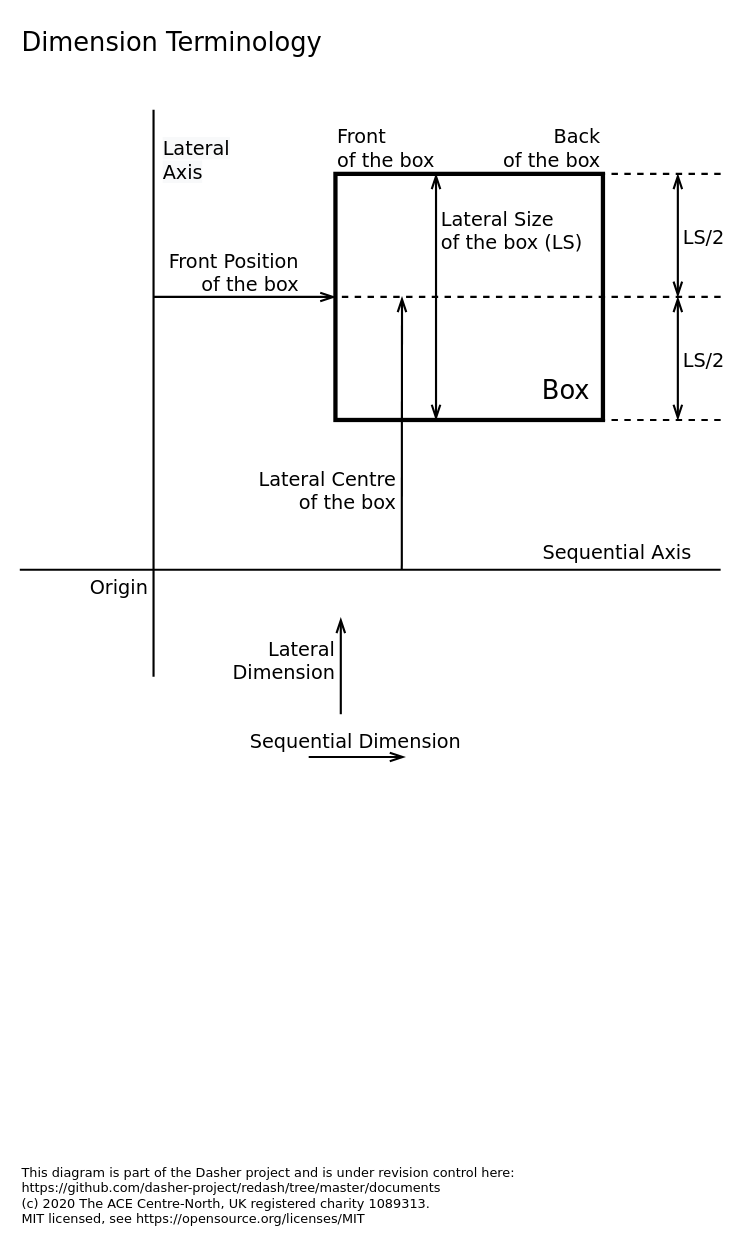
Above: documents/DimensionTerminology.drawio in dasher-project/dasher-web (draw.io), before the change. Source tidied: cells renumbered, new cells numbered last; positions are measured from the earlier drawing's top-left corner, leaving out a move shared by most shapes. Both pictures are drawn from the tidied source at 107%, with x=0, y=0 at pixel (19, 18).
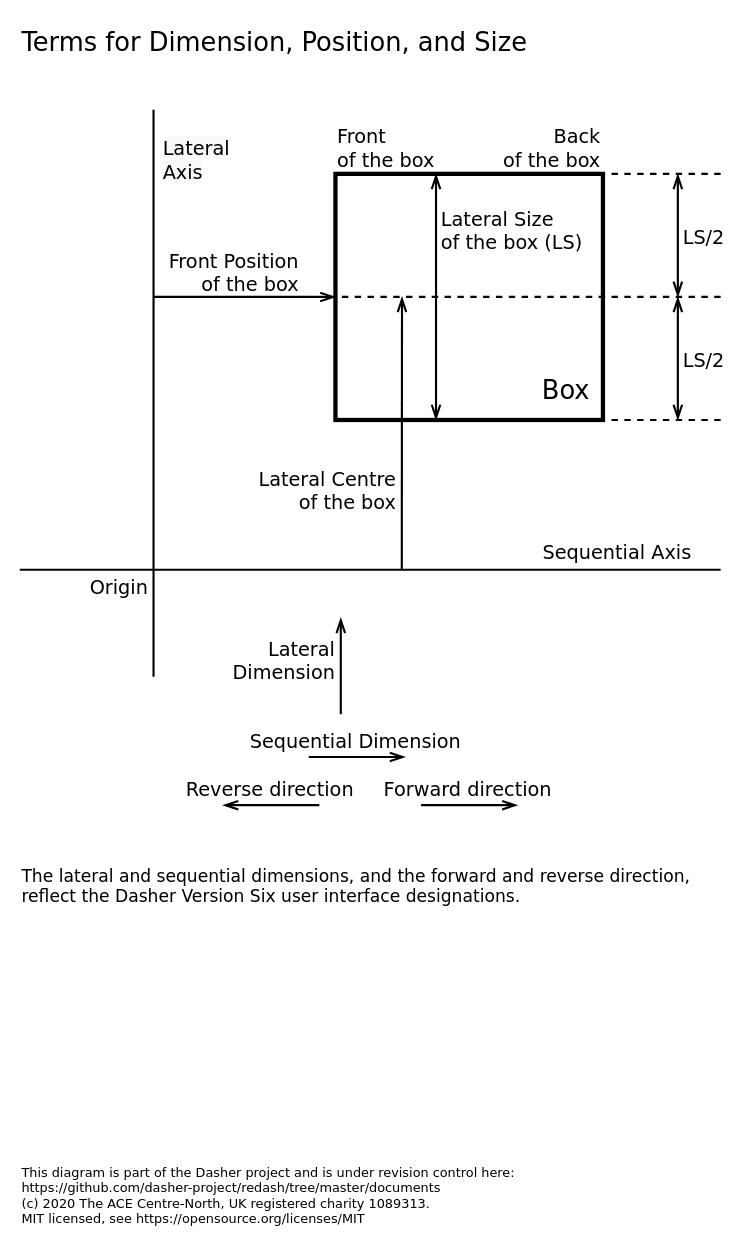
After the change.

Commit message (it also covers changes not shown here):
Safety commit of updates to the terminology and to check image rendering

Diff of the diagram source:
```diff
@@
-    <mxCell id="10" value="Dimension Terminology" style="rounded=0;shadow=0;comic=0;labelBackgroundColor=none;strokeWidth=2;fillColor=none;fontFamily=DejaVu Sans;fontSize=24;fontColor=#000000;align=left;arcSize=20;spacingTop=0;spacingLeft=0;spacing=2;spacingBottom=0;spacingRight=0;strokeColor=none;" parent="1" vertex="1">
-      <mxGeometry width="300" height="40" as="geometry" />
+    <mxCell id="10" value="Terms for Dimension, Position, and Size" style="rounded=0;shadow=0;comic=0;labelBackgroundColor=none;strokeWidth=2;fillColor=none;fontFamily=DejaVu Sans;fontSize=24;fontColor=#000000;align=left;arcSize=20;spacingTop=0;spacingLeft=0;spacing=2;spacingBottom=0;spacingRight=0;strokeColor=none;" parent="1" vertex="1">
+      <mxGeometry width="490" height="40" as="geometry" />
     </mxCell>
@@
+    <mxCell id="20" value="The lateral and sequential dimensions, and the forward and reverse direction, reflect the Dasher Version Six user interface designations." style="rounded=0;shadow=0;comic=0;labelBackgroundColor=none;strokeWidth=2;fillColor=none;fontFamily=DejaVu Sans;fontSize=16;fontColor=#000000;align=left;arcSize=20;spacingTop=0;spacingLeft=0;spacing=2;spacingBottom=0;spacingRight=0;strokeColor=none;whiteSpace=wrap;verticalAlign=top;html=1;" parent="1" vertex="1">
+      <mxGeometry y="785" width="640" height="250" as="geometry" />
+    </mxCell>
+    <mxCell id="21" value="Forward direction" style="endArrow=openThin;fontSize=18;strokeWidth=2;endFill=0;endSize=10;labelBackgroundColor=none;spacingTop=0;align=center;rounded=0;elbow=vertical;fontFamily=DejaVu Sans;startArrow=none;startFill=0;startSize=10;verticalAlign=bottom;spacing=5;" parent="1" edge="1">
+      <mxGeometry x="-0.03" relative="1" as="geometry">
+        <mxPoint x="375" y="735" as="sourcePoint" />
+        <mxPoint x="465" y="735" as="targetPoint" />
+      </mxGeometry>
+    </mxCell>
+    <mxCell id="22" value="Reverse direction" style="endArrow=none;fontSize=18;strokeWidth=2;endFill=0;endSize=10;labelBackgroundColor=none;spacingTop=0;align=center;rounded=0;elbow=vertical;fontFamily=DejaVu Sans;startArrow=openThin;startFill=0;startSize=10;verticalAlign=bottom;spacing=5;" parent="1" edge="1">
+      <mxGeometry x="-0.03" relative="1" as="geometry">
+        <mxPoint x="190" y="735" as="sourcePoint" />
+        <mxPoint x="280" y="735" as="targetPoint" />
+      </mxGeometry>
+    </mxCell>
```
